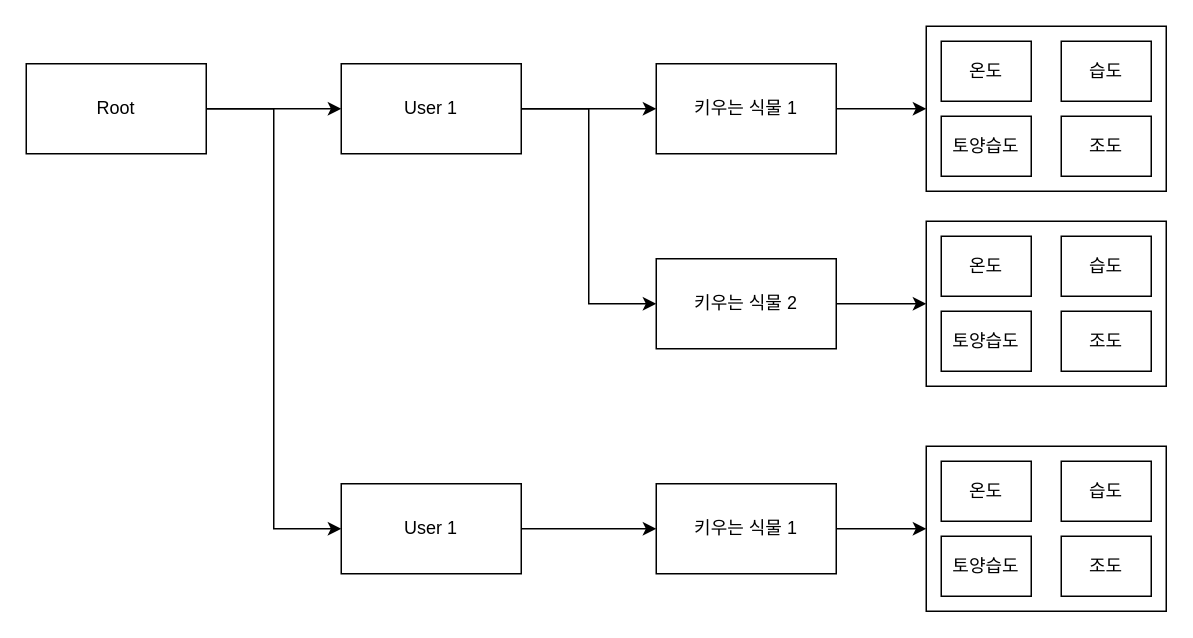
Earlier version of the draw.io diagram 제목 없는 다이어그램.drawio (taesang0/mechfarm0). Source tidied: cells renumbered, new cells numbered last; positions are measured from the earlier drawing's top-left corner, leaving out a move shared by most shapes. Both pictures are drawn from the tidied source at 150%, with x=0, y=0 at pixel (26, 26).
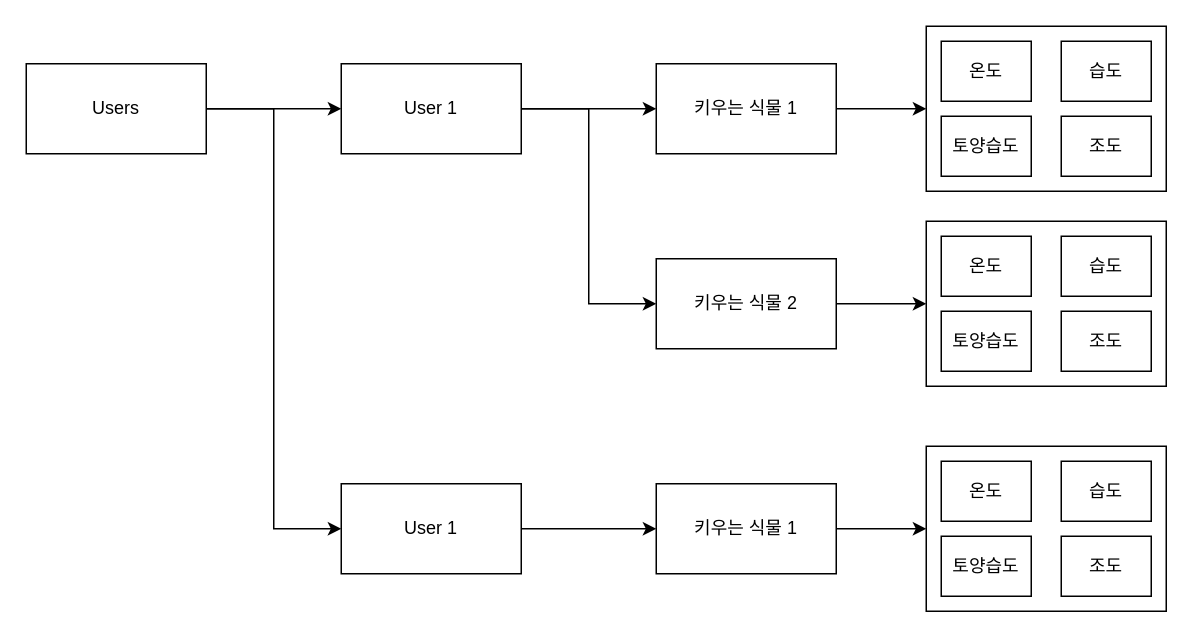
The same page after the edit.

Commit message (it also covers changes not shown here):
제목 없는 다이어그램.drawio 업데이트

What changed in the source:
```diff
@@
-    <mxCell id="5" value="Root" style="rounded=0;whiteSpace=wrap;html=1;" parent="1" vertex="1">
+    <mxCell id="5" value="Users" style="rounded=0;whiteSpace=wrap;html=1;" parent="1" vertex="1">
       <mxGeometry y="25" width="120" height="60" as="geometry" />
     </mxCell>
```
